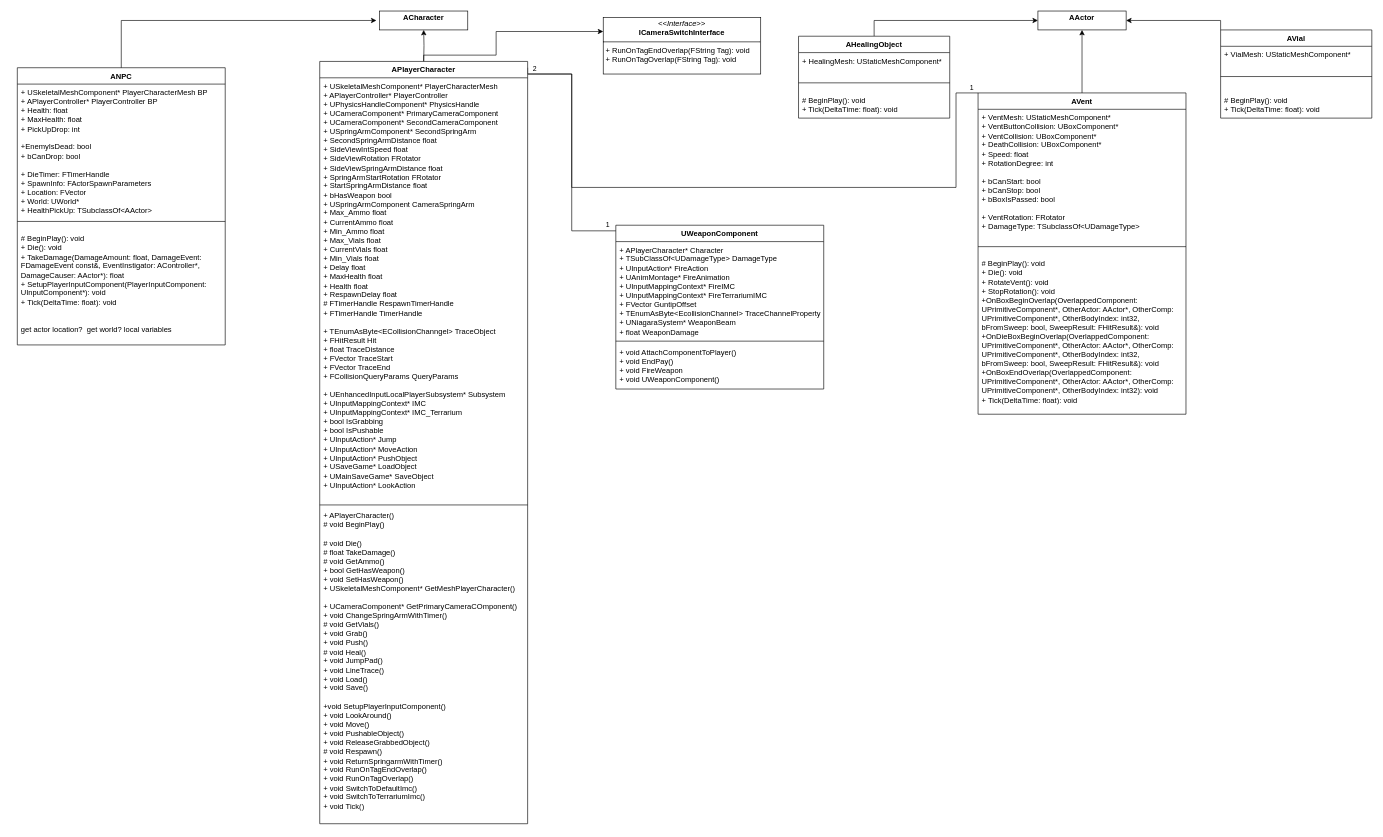
The draw.io diagram Miniaturized Diagram.drawio in Viiktorh/Miniaturized, before the edit. Source tidied: cells renumbered, new cells numbered last; positions are measured from the earlier drawing's top-left corner, leaving out a move shared by most shapes. Both pictures are drawn from the tidied source at 63%, with x=0, y=0 at pixel (17, 11).
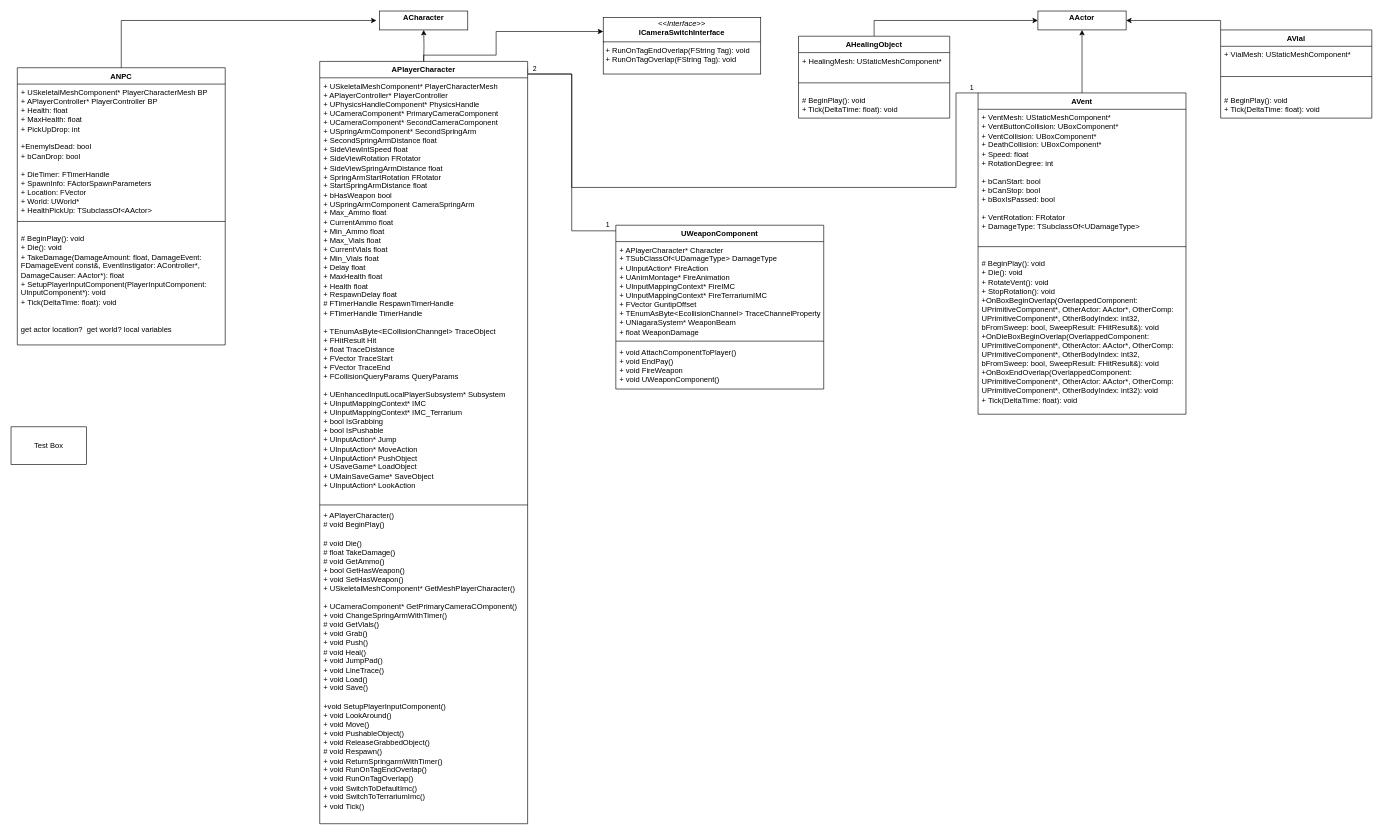
The same page after the edit.

What changed in the source:
```diff
@@
+    <mxCell id="40" value="Test Box" style="rounded=0;whiteSpace=wrap;html=1;" parent="1" vertex="1">
+      <mxGeometry x="-10" y="660" width="120" height="60" as="geometry" />
+    </mxCell>
```
